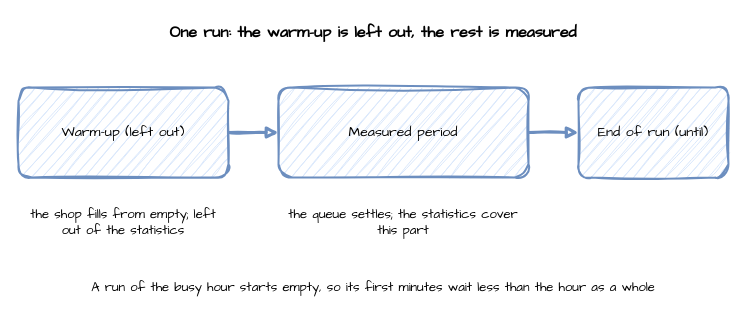
This is docs/assets/diagrams/run-phases.drawio from jaehyeon-kim/desflow, a draw.io file, before an edit. Source tidied: cells renumbered, new cells numbered last; positions are measured from the earlier drawing's top-left corner, leaving out a move shared by most shapes. Both pictures are drawn from the tidied source at 100%, with x=0, y=0 at pixel (18, 17).
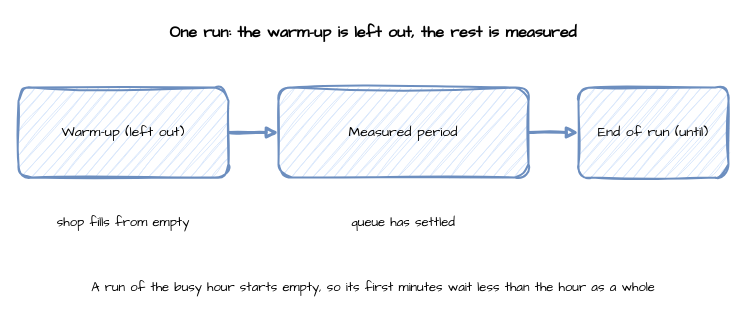
After the change.

The edit, as a diff of the source:
```diff
@@
 <mxGraphModel>
   <root>
     <mxCell id="0" />
     <mxCell id="1" parent="0" />
     <mxCell id="2" value="One run: the warm-up is left out, the rest is measured" style="text;html=1;align=center;verticalAlign=middle;whiteSpace=wrap;sketch=1;curveFitting=1;jiggle=2;fontFamily=Comic Sans MS;fontSize=16;fontStyle=1;" parent="1" vertex="1">
       <mxGeometry width="710" height="30" as="geometry" />
     </mxCell>
     <mxCell id="3" value="Warm-up (left out)" style="rounded=1;whiteSpace=wrap;html=1;sketch=1;curveFitting=1;jiggle=2;fontFamily=Comic Sans MS;fontSize=14;fillColor=#dae8fc;strokeColor=#6c8ebf;strokeWidth=2;spacing=8;" parent="1" vertex="1">
       <mxGeometry y="70" width="210" height="90" as="geometry" />
     </mxCell>
     <mxCell id="4" value="Measured period" style="rounded=1;whiteSpace=wrap;html=1;sketch=1;curveFitting=1;jiggle=2;fontFamily=Comic Sans MS;fontSize=14;fillColor=#dae8fc;strokeColor=#6c8ebf;strokeWidth=2;spacing=8;" parent="1" vertex="1">
       <mxGeometry x="260" y="70" width="250" height="90" as="geometry" />
     </mxCell>
     <mxCell id="5" value="End of run (until)" style="rounded=1;whiteSpace=wrap;html=1;sketch=1;curveFitting=1;jiggle=2;fontFamily=Comic Sans MS;fontSize=14;fillColor=#dae8fc;strokeColor=#6c8ebf;strokeWidth=2;spacing=8;" parent="1" vertex="1">
       <mxGeometry x="560" y="70" width="150" height="90" as="geometry" />
     </mxCell>
     <mxCell id="6" style="edgeStyle=orthogonalEdgeStyle;rounded=0;sketch=1;html=1;strokeWidth=3;endArrow=block;strokeColor=#6c8ebf;fontFamily=Comic Sans MS;fontSize=13;labelBackgroundColor=#ffffff;exitX=1;exitY=0.5;exitDx=0;exitDy=0;entryX=0;entryY=0.5;entryDx=0;entryDy=0;" parent="1" edge="1" source="3" target="4">
       <mxGeometry relative="1" as="geometry" />
     </mxCell>
     <mxCell id="7" style="edgeStyle=orthogonalEdgeStyle;rounded=0;sketch=1;html=1;strokeWidth=3;endArrow=block;strokeColor=#6c8ebf;fontFamily=Comic Sans MS;fontSize=13;labelBackgroundColor=#ffffff;exitX=1;exitY=0.5;exitDx=0;exitDy=0;entryX=0;entryY=0.5;entryDx=0;entryDy=0;" parent="1" edge="1" source="4" target="5">
       <mxGeometry relative="1" as="geometry" />
     </mxCell>
-    <mxCell id="8" value="the shop fills from empty; left out of the statistics" style="text;html=1;align=center;verticalAlign=middle;whiteSpace=wrap;sketch=1;curveFitting=1;jiggle=2;fontFamily=Comic Sans MS;fontSize=13;" parent="1" vertex="1">
+    <mxCell id="8" value="shop fills from empty" style="text;html=1;align=center;verticalAlign=middle;whiteSpace=wrap;sketch=1;curveFitting=1;jiggle=2;fontFamily=Comic Sans MS;fontSize=13;" parent="1" vertex="1">
       <mxGeometry y="175" width="210" height="60" as="geometry" />
     </mxCell>
-    <mxCell id="9" value="the queue settles; the statistics cover this part" style="text;html=1;align=center;verticalAlign=middle;whiteSpace=wrap;sketch=1;curveFitting=1;jiggle=2;fontFamily=Comic Sans MS;fontSize=13;" parent="1" vertex="1">
+    <mxCell id="9" value="queue has settled" style="text;html=1;align=center;verticalAlign=middle;whiteSpace=wrap;sketch=1;curveFitting=1;jiggle=2;fontFamily=Comic Sans MS;fontSize=13;" parent="1" vertex="1">
       <mxGeometry x="260" y="175" width="250" height="60" as="geometry" />
     </mxCell>
     <mxCell id="10" value="A run of the busy hour starts empty, so its first minutes wait less than the hour as a whole" style="text;html=1;align=center;verticalAlign=middle;whiteSpace=wrap;sketch=1;curveFitting=1;jiggle=2;fontFamily=Comic Sans MS;fontSize=13;" parent="1" vertex="1">
       <mxGeometry y="250" width="710" height="40" as="geometry" />
     </mxCell>
   </root>
 </mxGraphModel>
```
